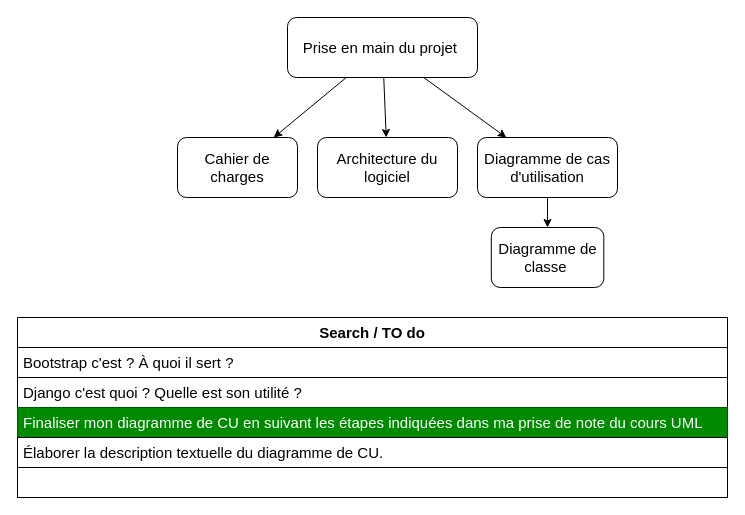
Ghislain-KIMA/projet_tutor-_licence_2_plateforme_de_gestion_des_coop-ratives_agricoles keeps this draw.io diagram as plan_d_action.drawio. Above is the earlier version. Source tidied: cells renumbered, new cells numbered last; positions are measured from the earlier drawing's top-left corner, leaving out a move shared by most shapes. Both pictures are drawn from the tidied source at 100%, with x=0, y=0 at pixel (17, 17).
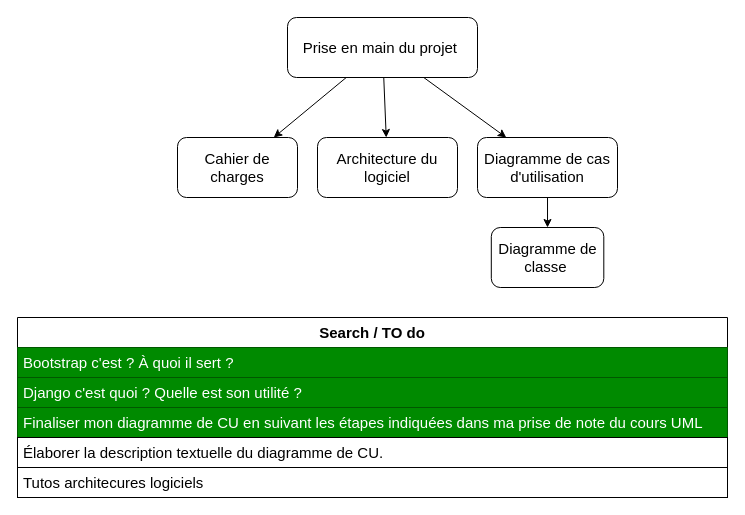
The same diagram, later.

Diff of the diagram source:
```diff
@@
 <mxGraphModel>
   <root>
     <mxCell id="0" />
     <mxCell id="1" parent="0" />
     <mxCell id="2" style="rounded=0;jettySize=auto;html=1;" parent="1" edge="1" source="5" target="6">
       <mxGeometry relative="1" as="geometry" />
     </mxCell>
     <mxCell id="3" style="rounded=0;jettySize=auto;html=1;" parent="1" edge="1" source="5" target="10">
       <mxGeometry relative="1" as="geometry" />
     </mxCell>
     <mxCell id="4" style="rounded=0;jettySize=auto;html=1;" parent="1" edge="1" source="5" target="8">
       <mxGeometry relative="1" as="geometry" />
     </mxCell>
     <mxCell id="5" value="Prise en main du projet&amp;nbsp;" style="rounded=1;whiteSpace=wrap;html=1;fontSize=15;" parent="1" vertex="1">
       <mxGeometry x="270" width="190" height="60" as="geometry" />
     </mxCell>
     <mxCell id="6" value="Cahier de charges" style="whiteSpace=wrap;html=1;rounded=1;fontSize=15;" parent="1" vertex="1">
       <mxGeometry x="160" y="120" width="120" height="60" as="geometry" />
     </mxCell>
     <mxCell id="7" style="rounded=0;jettySize=auto;html=1;" parent="1" edge="1" source="8" target="9">
       <mxGeometry relative="1" as="geometry" />
     </mxCell>
     <mxCell id="8" value="Diagramme de cas d'utilisation" style="whiteSpace=wrap;html=1;rounded=1;fontSize=15;" parent="1" vertex="1">
       <mxGeometry x="460" y="120" width="140" height="60" as="geometry" />
     </mxCell>
     <mxCell id="9" value="Diagramme de classe&amp;nbsp;" style="whiteSpace=wrap;html=1;rounded=1;fontSize=15;" parent="1" vertex="1">
       <mxGeometry x="473.8" y="210" width="112.5" height="60" as="geometry" />
     </mxCell>
     <mxCell id="10" value="Architecture du logiciel" style="whiteSpace=wrap;html=1;fontSize=15;rounded=1;" parent="1" vertex="1">
       <mxGeometry x="300" y="120" width="140" height="60" as="geometry" />
     </mxCell>
     <mxCell id="11" value="&lt;b&gt;Search / TO do&lt;/b&gt;" style="swimlane;fontStyle=0;horizontal=1;startSize=30;whiteSpace=wrap;html=1;fontSize=15;" parent="1" vertex="1">
       <mxGeometry y="300" width="710" height="180" as="geometry" />
     </mxCell>
-    <mxCell id="12" value="Bootstrap c'est ? À quoi il sert ?" style="text;strokeColor=default;fillColor=default;align=left;verticalAlign=middle;spacingLeft=4;spacingRight=4;overflow=hidden;whiteSpace=wrap;html=1;fontSize=15;" parent="11" vertex="1">
+    <mxCell id="12" value="Bootstrap c'est ? À quoi il sert ?" style="text;strokeColor=#005700;fillColor=#008a00;align=left;verticalAlign=middle;spacingLeft=4;spacingRight=4;overflow=hidden;whiteSpace=wrap;html=1;fontSize=15;fontColor=#ffffff;" parent="11" vertex="1">
       <mxGeometry y="30" width="710" height="30" as="geometry" />
     </mxCell>
-    <mxCell id="13" value="Django c'est quoi ? Quelle est son utilité ?" style="text;strokeColor=default;fillColor=default;align=left;verticalAlign=middle;spacingLeft=4;spacingRight=4;overflow=hidden;whiteSpace=wrap;html=1;fontSize=15;" parent="11" vertex="1">
+    <mxCell id="13" value="Django c'est quoi ? Quelle est son utilité ?" style="text;strokeColor=#005700;fillColor=#008a00;align=left;verticalAlign=middle;spacingLeft=4;spacingRight=4;overflow=hidden;whiteSpace=wrap;html=1;fontSize=15;fontColor=#ffffff;" parent="11" vertex="1">
       <mxGeometry y="60" width="710" height="30" as="geometry" />
     </mxCell>
     <mxCell id="14" value="Finaliser mon diagramme de CU en suivant les étapes indiquées dans ma prise de note du cours UML" style="text;strokeColor=#005700;fillColor=#008a00;align=left;verticalAlign=middle;spacingLeft=4;spacingRight=4;overflow=hidden;whiteSpace=wrap;html=1;fontSize=15;fontColor=#ffffff;" parent="11" vertex="1">
       <mxGeometry y="90" width="710" height="30" as="geometry" />
     </mxCell>
     <mxCell id="15" value="Élaborer la description textuelle du diagramme de CU." style="text;strokeColor=default;fillColor=default;align=left;verticalAlign=middle;spacingLeft=4;spacingRight=4;overflow=hidden;whiteSpace=wrap;html=1;fontSize=15;" parent="11" vertex="1">
       <mxGeometry y="120" width="710" height="30" as="geometry" />
     </mxCell>
-    <mxCell id="16" style="text;strokeColor=default;fillColor=default;align=left;verticalAlign=middle;spacingLeft=4;spacingRight=4;overflow=hidden;whiteSpace=wrap;html=1;fontSize=15;" parent="11" vertex="1">
+    <mxCell id="16" value="Tutos architecures logiciels" style="text;strokeColor=default;fillColor=default;align=left;verticalAlign=middle;spacingLeft=4;spacingRight=4;overflow=hidden;whiteSpace=wrap;html=1;fontSize=15;" parent="11" vertex="1">
       <mxGeometry y="150" width="710" height="30" as="geometry" />
     </mxCell>
   </root>
 </mxGraphModel>
```
